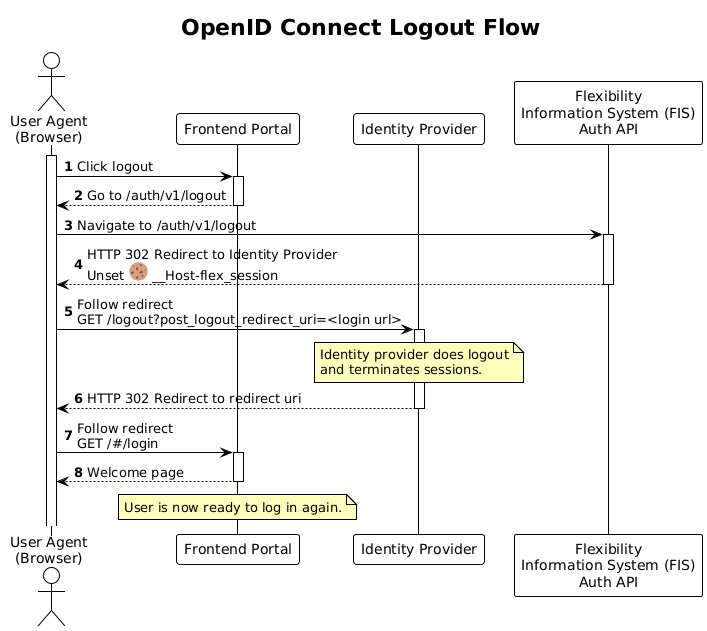
Above: docs-dev/diagrams/oidc_logout_sequence.png in elhub/flex-information-system (PlantUML), before the change.
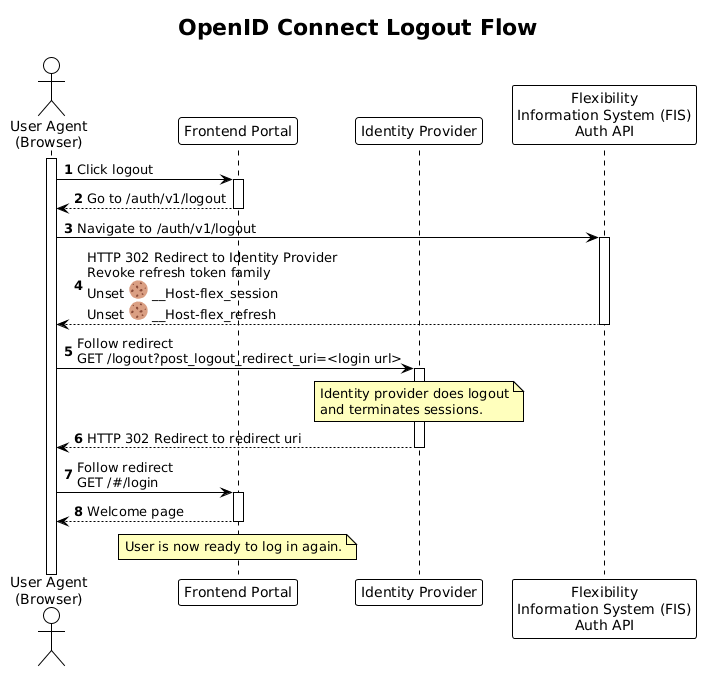
The same diagram one commit later.

Commit message:
docs: refresh token design draft (FLEX-1617)

The edit, as a diff of the source:
```diff
@@ -20,7 +20,7 @@
 UA -> PORTAL: Click logout
 return Go to /auth/v1/logout
 UA -> AUTH: Navigate to /auth/v1/logout
-return HTTP 302 Redirect to Identity Provider\nUnset <:cookie:> __Host-flex_session
+return HTTP 302 Redirect to Identity Provider\nRevoke refresh token family\nUnset <:cookie:> __Host-flex_session\nUnset <:cookie:> __Host-flex_refresh
 
 UA -> IDP: Follow redirect\nGET /logout?post_logout_redirect_uri=<login url>
 note over IDP
```
